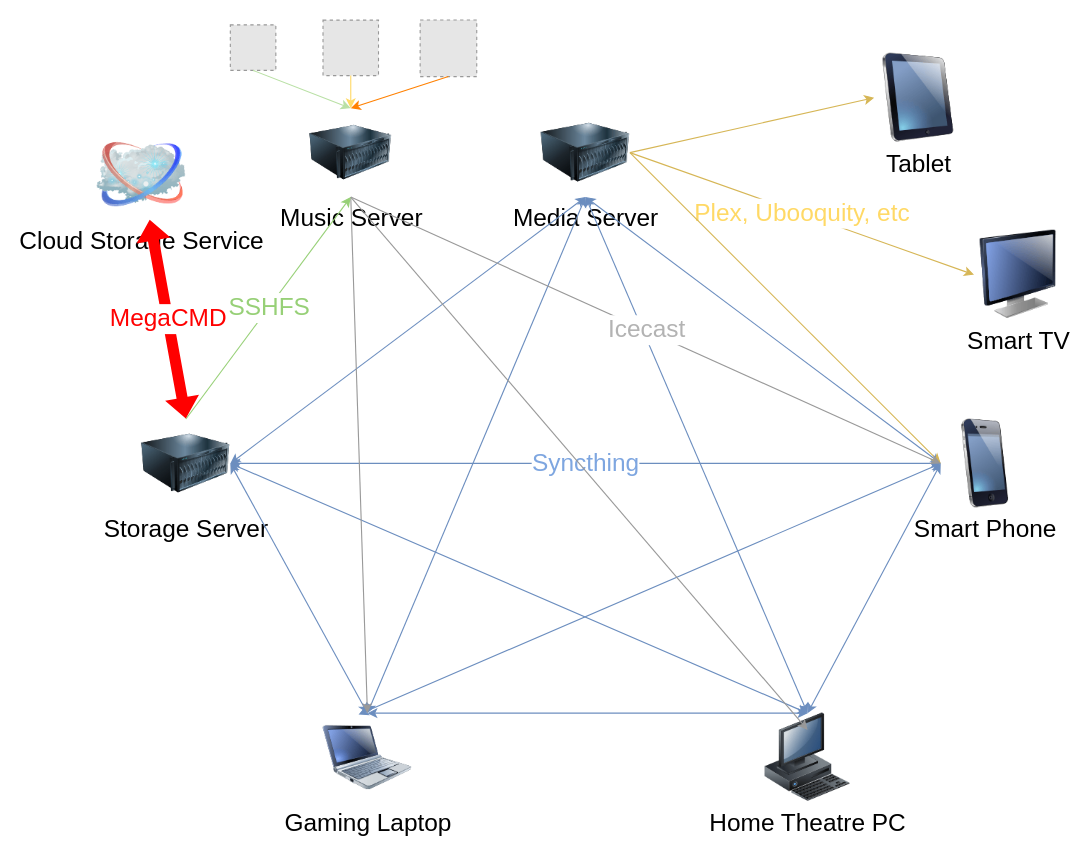
Above: Logical Layout Proposed.drawio in syedrali/architecture (draw.io), before the change. Source tidied: cells renumbered, new cells numbered last; positions are measured from the earlier drawing's top-left corner, leaving out a move shared by most shapes. Both pictures are drawn from the tidied source at 111%, with x=0, y=0 at pixel (97, 19). Pictures stored in the file or linked from it are replaced by grey dashed boxes.
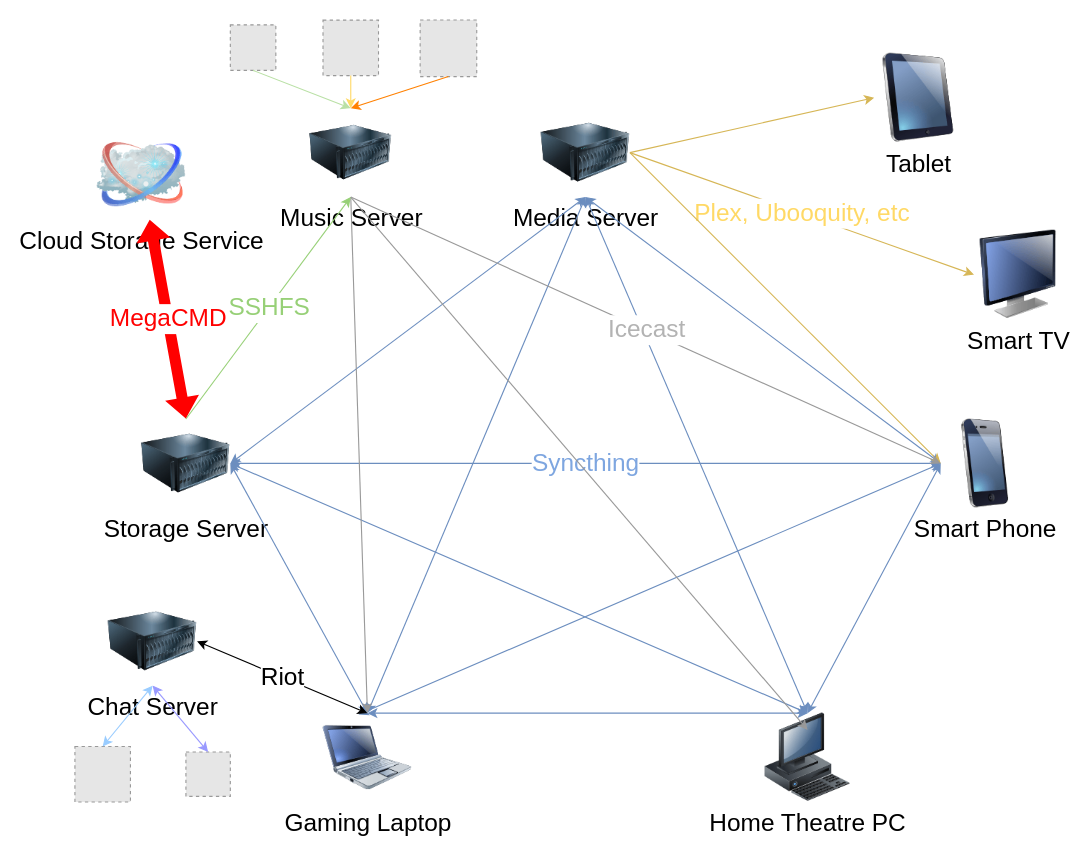
The same diagram, later.

Commit message (it also covers changes not shown here):
Adjusted diagram.

The change refers to these unchanged cells:
```xml
<mxCell id="6" value="Gaming Laptop" style="image;html=1;labelBackgroundColor=#ffffff;image=img/lib/clip_art/computers/Netbook_128x128.png;rounded=1;shadow=0;comic=0;strokeColor=#000000;strokeWidth=2;fillColor=#FFFFFF;fontSize=22;fontColor=#000000;" parent="1" vertex="1">
  <mxGeometry x="203.5" y="625" width="80" height="80" as="geometry" />
</mxCell>
```

Change to the diagram source:
```diff
@@
+    <mxCell id="36" value="Chat Server" style="image;html=1;labelBackgroundColor=#ffffff;image=img/lib/clip_art/computers/Server_128x128.png;fontSize=22;" parent="1" vertex="1">
+      <mxGeometry x="10" y="520.2" width="80" height="80" as="geometry" />
+    </mxCell>
+    <mxCell id="37" style="fillColor=#E6E6E6;strokeColor=#999999;dashed=1;html=1;verticalAlign=top;verticalLabelPosition=bottom;labelBackgroundColor=#ffffff;" parent="1" vertex="1">
+      <mxGeometry x="-20" y="655" width="50" height="50" as="geometry" />
+    </mxCell>
+    <mxCell id="38" style="fillColor=#E6E6E6;strokeColor=#999999;dashed=1;html=1;verticalAlign=top;verticalLabelPosition=bottom;labelBackgroundColor=#ffffff;" parent="1" vertex="1">
+      <mxGeometry x="80" y="660" width="40" height="40" as="geometry" />
+    </mxCell>
+    <mxCell id="39" value="&lt;font style=&quot;font-size: 22px&quot;&gt;Riot&lt;/font&gt;" style="endArrow=classic;startArrow=classic;html=1;strokeColor=#000000;exitX=0.5;exitY=0;exitDx=0;exitDy=0;entryX=1;entryY=0.5;entryDx=0;entryDy=0;" parent="1" edge="1" source="6" target="36">
+      <mxGeometry relative="1" as="geometry" />
+    </mxCell>
+    <mxCell id="40" style="endArrow=classic;startArrow=classic;html=1;strokeColor=#9999FF;entryX=0.5;entryY=0;entryDx=0;entryDy=0;fillColor=#e1d5e7;exitX=0.5;exitY=1;exitDx=0;exitDy=0;" parent="1" edge="1" source="36" target="38">
+      <mxGeometry relative="1" as="geometry" />
+    </mxCell>
+    <mxCell id="41" style="endArrow=classic;startArrow=classic;html=1;strokeColor=#99CCFF;entryX=0.5;entryY=0;entryDx=0;entryDy=0;fillColor=#d5e8d4;exitX=0.5;exitY=1;exitDx=0;exitDy=0;" parent="1" edge="1" source="36" target="37">
+      <mxGeometry relative="1" as="geometry" />
+    </mxCell>
```
